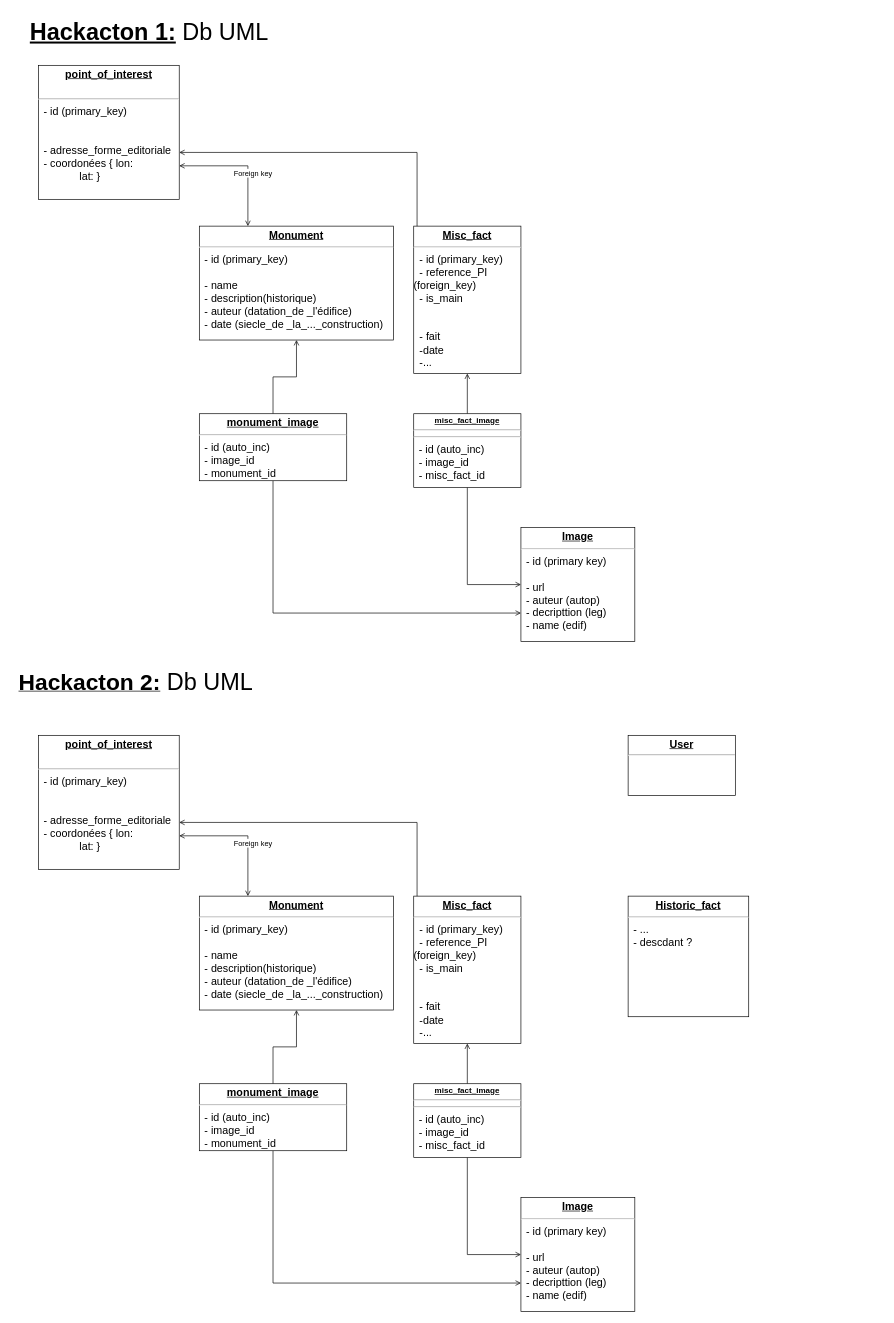
Bazajee/StepOut keeps this draw.io diagram as StepOut_UML.drawio. Above is the earlier version. Source tidied: cells renumbered, new cells numbered last; positions are measured from the earlier drawing's top-left corner, leaving out a move shared by most shapes. Both pictures are drawn from the tidied source at 67%, with x=0, y=0 at pixel (11, 11).
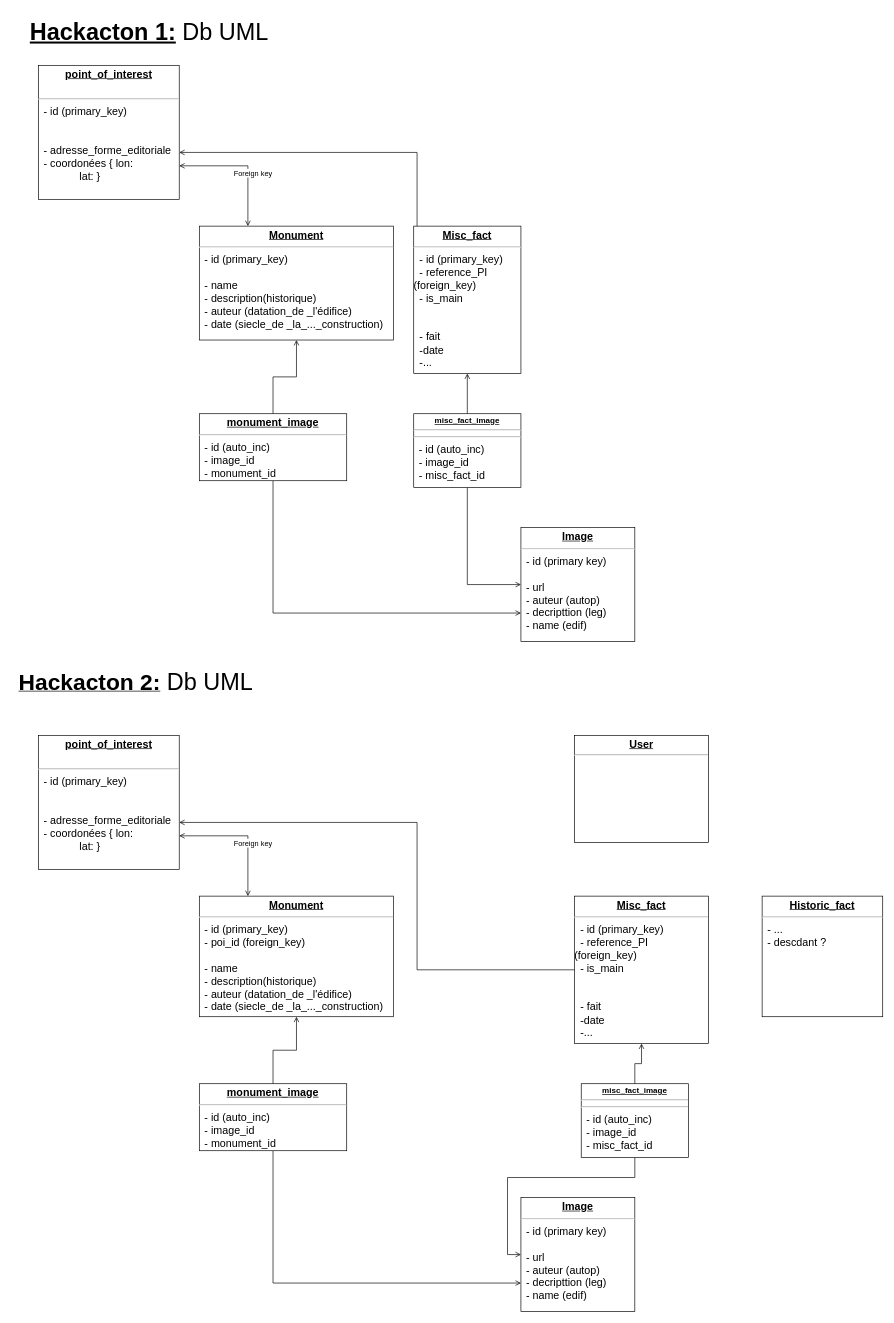
The same diagram, later.

Commit message (it also covers changes not shown here):
Mettre à jour StepOut_UML.drawio

What changed in the source:
```diff
@@
     <mxCell id="4" value="&lt;p style=&quot;margin: 4px 0px 0px; text-align: center; text-decoration: underline; font-size: 13px;&quot;&gt;&lt;font size=&quot;1&quot;&gt;&lt;b style=&quot;font-size: 16px;&quot;&gt;User&lt;/b&gt;&lt;/font&gt;&lt;/p&gt;&lt;hr&gt;" style="verticalAlign=top;align=left;overflow=fill;fontSize=12;fontFamily=Helvetica;html=1;whiteSpace=wrap;" parent="1" vertex="1">
-      <mxGeometry x="920" y="1080" width="160" height="90" as="geometry" />
+      <mxGeometry x="840" y="1080" width="200" height="160" as="geometry" />
     </mxCell>
     <mxCell id="5" value="&lt;p style=&quot;margin: 4px 0px 0px; text-align: center; text-decoration: underline; font-size: 16px;&quot;&gt;&lt;font style=&quot;font-size: 16px;&quot;&gt;&lt;b&gt;Historic_fact&lt;/b&gt;&lt;br&gt;&lt;/font&gt;&lt;/p&gt;&lt;hr style=&quot;font-size: 16px;&quot;&gt;&lt;p style=&quot;margin: 0px 0px 0px 8px; font-size: 16px;&quot;&gt;&lt;font style=&quot;font-size: 16px;&quot;&gt;- ...&lt;/font&gt;&lt;/p&gt;&lt;p style=&quot;margin: 0px 0px 0px 8px; font-size: 16px;&quot;&gt;&lt;font style=&quot;font-size: 16px;&quot;&gt;- descdant ?&lt;/font&gt;&lt;br&gt;&lt;/p&gt;" style="verticalAlign=top;align=left;overflow=fill;fontSize=12;fontFamily=Helvetica;html=1;whiteSpace=wrap;" parent="1" vertex="1">
-      <mxGeometry x="920" y="1320" width="180" height="180" as="geometry" />
+      <mxGeometry x="1120" y="1320" width="180" height="180" as="geometry" />
     </mxCell>
@@
     <mxCell id="7" value="&lt;p style=&quot;margin: 4px 0px 0px; text-align: center; text-decoration: underline; font-size: 16px;&quot;&gt;&lt;font style=&quot;font-size: 16px;&quot;&gt;&lt;b&gt;Misc_fact&lt;br&gt;&lt;/b&gt;&lt;/font&gt;&lt;/p&gt;&lt;hr style=&quot;font-size: 16px;&quot;&gt;&lt;div style=&quot;font-size: 16px;&quot;&gt;&lt;font style=&quot;font-size: 16px;&quot;&gt;&amp;nbsp; - id (primary_key)&lt;br&gt;&lt;/font&gt;&lt;/div&gt;&lt;div style=&quot;font-size: 16px;&quot;&gt;&lt;font style=&quot;font-size: 16px;&quot;&gt;&amp;nbsp; - reference_PI (foreign_key)&lt;/font&gt;&lt;/div&gt;&lt;div style=&quot;font-size: 16px;&quot;&gt;&lt;font style=&quot;font-size: 16px;&quot;&gt;&amp;nbsp; - is_main&lt;/font&gt;&lt;/div&gt;&lt;div style=&quot;font-size: 16px;&quot;&gt;&lt;font style=&quot;font-size: 16px;&quot;&gt;&lt;br&gt;&lt;/font&gt;&lt;/div&gt;&lt;div style=&quot;font-size: 16px;&quot;&gt;&lt;font style=&quot;font-size: 16px;&quot;&gt;&lt;br&gt;&lt;/font&gt;&lt;/div&gt;&lt;div style=&quot;font-size: 16px;&quot;&gt;&lt;font style=&quot;font-size: 16px;&quot;&gt;&amp;nbsp; - fait&amp;nbsp; &lt;br&gt;&lt;/font&gt;&lt;/div&gt;&lt;div style=&quot;font-size: 16px;&quot;&gt;&lt;font style=&quot;font-size: 16px;&quot;&gt;&amp;nbsp; -date&lt;/font&gt;&lt;/div&gt;&lt;div style=&quot;font-size: 16px;&quot;&gt;&lt;font style=&quot;font-size: 16px;&quot;&gt;&amp;nbsp; -...&lt;font style=&quot;font-size: 16px;&quot;&gt;&lt;br&gt;&lt;/font&gt;&lt;/font&gt;&lt;/div&gt;" style="verticalAlign=top;align=left;overflow=fill;fontSize=12;fontFamily=Helvetica;html=1;whiteSpace=wrap;" parent="1" vertex="1">
-      <mxGeometry x="600" y="1320" width="160" height="220" as="geometry" />
+      <mxGeometry x="840" y="1320" width="200" height="220" as="geometry" />
     </mxCell>
@@
-    <mxCell id="12" value="&lt;p style=&quot;margin: 4px 0px 0px; text-align: center; text-decoration: underline; font-size: 16px;&quot;&gt;&lt;font style=&quot;font-size: 16px;&quot;&gt;&lt;b&gt;Monument&lt;/b&gt;&lt;/font&gt;&lt;/p&gt;&lt;hr style=&quot;font-size: 16px;&quot;&gt;&lt;p style=&quot;margin: 0px 0px 0px 8px; font-size: 16px;&quot;&gt;&lt;font style=&quot;font-size: 16px;&quot;&gt;- id (primary_key)&lt;br&gt;&lt;/font&gt;&lt;/p&gt;&lt;p style=&quot;margin: 0px 0px 0px 8px; font-size: 16px;&quot;&gt;&lt;font style=&quot;font-size: 16px;&quot;&gt;&lt;br&gt;&lt;/font&gt;&lt;/p&gt;&lt;p style=&quot;margin: 0px 0px 0px 8px; font-size: 16px;&quot;&gt;&lt;font style=&quot;font-size: 16px;&quot;&gt;- name&lt;br&gt;&lt;/font&gt;&lt;/p&gt;&lt;p style=&quot;margin: 0px 0px 0px 8px; font-size: 16px;&quot;&gt;&lt;font style=&quot;font-size: 16px;&quot;&gt;- description(historique)&lt;br&gt;&lt;/font&gt;&lt;/p&gt;&lt;p style=&quot;margin: 0px 0px 0px 8px; font-size: 16px;&quot;&gt;&lt;font style=&quot;font-size: 16px;&quot;&gt;- auteur (datation_de _l'édifice)&lt;/font&gt;&lt;/p&gt;&lt;p style=&quot;margin: 0px 0px 0px 8px; font-size: 16px;&quot;&gt;&lt;font style=&quot;font-size: 16px;&quot;&gt;- date (siecle_de _la_..._construction)&lt;/font&gt;&lt;/p&gt;&lt;p style=&quot;margin:0px;margin-left:8px;&quot;&gt;&lt;/p&gt;&lt;p style=&quot;margin:0px;margin-left:8px;&quot;&gt;&lt;/p&gt;" style="verticalAlign=top;align=left;overflow=fill;fontSize=12;fontFamily=Helvetica;html=1;whiteSpace=wrap;" parent="1" vertex="1">
-      <mxGeometry x="280" y="1320" width="290" height="170" as="geometry" />
+    <mxCell id="12" value="&lt;p style=&quot;margin: 4px 0px 0px; text-align: center; text-decoration: underline; font-size: 16px;&quot;&gt;&lt;font style=&quot;font-size: 16px;&quot;&gt;&lt;b&gt;Monument&lt;/b&gt;&lt;/font&gt;&lt;/p&gt;&lt;hr style=&quot;font-size: 16px;&quot;&gt;&lt;p style=&quot;margin: 0px 0px 0px 8px; font-size: 16px;&quot;&gt;&lt;font style=&quot;font-size: 16px;&quot;&gt;- id (primary_key)&lt;/font&gt;&lt;/p&gt;&lt;p style=&quot;margin: 0px 0px 0px 8px; font-size: 16px;&quot;&gt;&lt;font style=&quot;font-size: 16px;&quot;&gt;- poi_id (foreign_key)&lt;br&gt;&lt;/font&gt;&lt;/p&gt;&lt;p style=&quot;margin: 0px 0px 0px 8px; font-size: 16px;&quot;&gt;&lt;font style=&quot;font-size: 16px;&quot;&gt;&lt;br&gt;&lt;/font&gt;&lt;/p&gt;&lt;p style=&quot;margin: 0px 0px 0px 8px; font-size: 16px;&quot;&gt;&lt;font style=&quot;font-size: 16px;&quot;&gt;- name&lt;br&gt;&lt;/font&gt;&lt;/p&gt;&lt;p style=&quot;margin: 0px 0px 0px 8px; font-size: 16px;&quot;&gt;&lt;font style=&quot;font-size: 16px;&quot;&gt;- description(historique)&lt;br&gt;&lt;/font&gt;&lt;/p&gt;&lt;p style=&quot;margin: 0px 0px 0px 8px; font-size: 16px;&quot;&gt;&lt;font style=&quot;font-size: 16px;&quot;&gt;- auteur (datation_de _l'édifice)&lt;/font&gt;&lt;/p&gt;&lt;p style=&quot;margin: 0px 0px 0px 8px; font-size: 16px;&quot;&gt;&lt;font style=&quot;font-size: 16px;&quot;&gt;- date (siecle_de _la_..._construction)&lt;/font&gt;&lt;/p&gt;&lt;p style=&quot;margin:0px;margin-left:8px;&quot;&gt;&lt;/p&gt;&lt;p style=&quot;margin:0px;margin-left:8px;&quot;&gt;&lt;/p&gt;" style="verticalAlign=top;align=left;overflow=fill;fontSize=12;fontFamily=Helvetica;html=1;whiteSpace=wrap;" parent="1" vertex="1">
+      <mxGeometry x="280" y="1320" width="290" height="180" as="geometry" />
     </mxCell>
@@
-    <mxCell id="18" style="edgeStyle=orthogonalEdgeStyle;rounded=0;jettySize=auto;html=1;exitX=0.5;exitY=1;exitDx=0;exitDy=0;" parent="1" edge="1" source="19">
-      <mxGeometry relative="1" as="geometry">
-        <mxPoint x="679.9" y="1710" as="targetPoint" />
-      </mxGeometry>
-    </mxCell>
     <mxCell id="19" value="&lt;p style=&quot;margin:0px;margin-top:4px;text-align:center;text-decoration:underline;&quot;&gt;&lt;b&gt;misc_fact_image&lt;/b&gt;&lt;/p&gt;&lt;hr&gt;&lt;hr style=&quot;font-size: 16px;&quot;&gt;&lt;p style=&quot;margin: 0px 0px 0px 8px; font-size: 16px;&quot;&gt;&lt;font style=&quot;font-size: 16px;&quot;&gt;- id (auto_inc)&lt;/font&gt;&lt;/p&gt;&lt;p style=&quot;margin: 0px 0px 0px 8px; font-size: 16px;&quot;&gt;&lt;font style=&quot;font-size: 16px;&quot;&gt;- image_id&lt;/font&gt;&lt;/p&gt;&lt;p style=&quot;margin: 0px 0px 0px 8px; font-size: 16px;&quot;&gt;&lt;font style=&quot;font-size: 16px;&quot;&gt;- misc_fact_id&lt;br&gt;&lt;/font&gt;&lt;/p&gt;&lt;br&gt;&lt;p style=&quot;margin:0px;margin-left:8px;&quot;&gt;&lt;/p&gt;" style="verticalAlign=top;align=left;overflow=fill;fontSize=12;fontFamily=Helvetica;html=1;whiteSpace=wrap;" parent="1" vertex="1">
-      <mxGeometry x="600" y="1600" width="160" height="110" as="geometry" />
+      <mxGeometry x="850" y="1600" width="160" height="110" as="geometry" />
     </mxCell>
```
